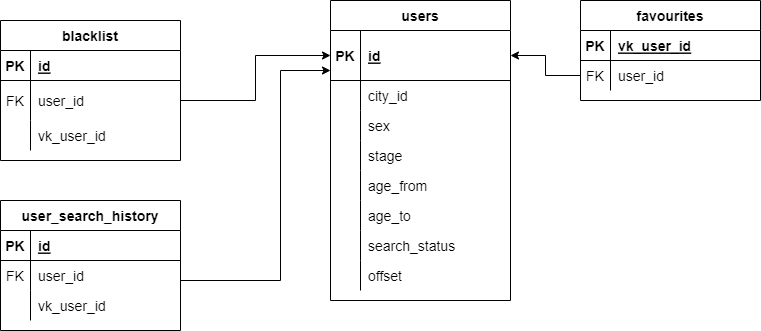
fdm1try/VKinder keeps this draw.io diagram as bot_db.png. Above is the earlier version. Source tidied: cells renumbered, new cells last; positions are measured from the earlier drawing's top-left corner, leaving out a move shared by most shapes.
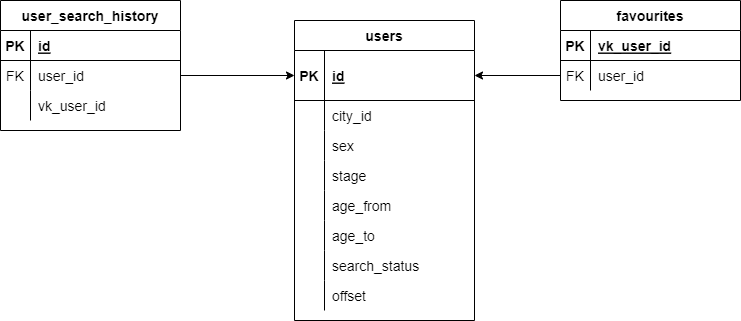
Later version of the same file.

Commit message:
delete blacklist_table

The edit, as a diff of the source:
```diff
@@ -3,7 +3,7 @@
     <mxCell id="0" />
     <mxCell id="1" parent="0" />
     <mxCell id="2" value="users" style="shape=table;startSize=30;rowLines=0;fontStyle=1;align=center;fontSize=14;" parent="1" vertex="1">
-      <mxGeometry x="330" width="180" height="300" as="geometry" />
+      <mxGeometry x="284" y="10" width="180" height="300" as="geometry" />
     </mxCell>
     <mxCell id="3" style="shape=tableRow;horizontal=0;startSize=0;swimlaneHead=0;swimlaneBody=0;fillColor=none;points=[[0,0.5],[1,0.5]];portConstraint=eastwest;top=0;left=0;right=0;bottom=1;" parent="2" vertex="1">
       <mxGeometry y="30" width="180" height="50" as="geometry" />
@@ -78,7 +78,7 @@
       <mxGeometry x="30" width="150" height="30" as="geometry" />
     </mxCell>
     <mxCell id="27" value="favourites" style="shape=table;startSize=30;rowLines=0;fontStyle=1;align=center;fontSize=14;" parent="1" vertex="1">
-      <mxGeometry x="580" width="180" height="100" as="geometry" />
+      <mxGeometry x="550" y="-10" width="180" height="100" as="geometry" />
     </mxCell>
     <mxCell id="28" style="shape=tableRow;horizontal=0;startSize=0;swimlaneHead=0;swimlaneBody=0;fillColor=none;top=0;left=0;right=0;bottom=1;" parent="27" vertex="1">
       <mxGeometry y="30" width="180" height="30" as="geometry" />
@@ -101,38 +101,8 @@
     <mxCell id="34" style="edgeStyle=orthogonalEdgeStyle;rounded=0;jettySize=auto;html=1;exitX=0;exitY=0.5;exitDx=0;exitDy=0;entryX=1;entryY=0.5;entryDx=0;entryDy=0;" parent="1" edge="1" source="31" target="3">
       <mxGeometry relative="1" as="geometry" />
     </mxCell>
-    <mxCell id="35" value="blacklist" style="shape=table;startSize=30;rowLines=0;fontStyle=1;align=center;fontSize=14;" parent="1" vertex="1">
-      <mxGeometry y="20" width="180" height="140" as="geometry" />
-    </mxCell>
-    <mxCell id="36" style="shape=tableRow;horizontal=0;startSize=0;swimlaneHead=0;swimlaneBody=0;fillColor=none;top=0;left=0;right=0;bottom=1;" parent="35" vertex="1">
-      <mxGeometry y="30" width="180" height="30" as="geometry" />
-    </mxCell>
-    <mxCell id="37" value="PK" style="shape=partialRectangle;fillColor=none;top=0;left=0;bottom=0;right=0;fontStyle=1;overflow=hidden;fontSize=14;" parent="36" vertex="1">
-      <mxGeometry width="30" height="30" as="geometry" />
-    </mxCell>
-    <mxCell id="38" value="id" style="shape=partialRectangle;fillColor=none;top=0;left=0;bottom=0;right=0;align=left;spacingLeft=6;fontStyle=5;overflow=hidden;fontSize=14;" parent="36" vertex="1">
-      <mxGeometry x="30" width="150" height="30" as="geometry" />
-    </mxCell>
-    <mxCell id="39" style="shape=tableRow;horizontal=0;startSize=0;swimlaneHead=0;swimlaneBody=0;fillColor=none;points=[[0,0.5],[1,0.5]];portConstraint=eastwest;top=0;left=0;right=0;bottom=0;" parent="35" vertex="1">
-      <mxGeometry y="60" width="180" height="40" as="geometry" />
-    </mxCell>
-    <mxCell id="40" value="FK" style="shape=partialRectangle;fillColor=none;top=0;left=0;bottom=0;right=0;overflow=hidden;fontSize=14;" parent="39" vertex="1">
-      <mxGeometry width="30" height="40" as="geometry" />
-    </mxCell>
-    <mxCell id="41" value="user_id" style="shape=partialRectangle;fillColor=none;top=0;left=0;bottom=0;right=0;align=left;spacingLeft=6;overflow=hidden;fontSize=14;" parent="39" vertex="1">
-      <mxGeometry x="30" width="150" height="40" as="geometry" />
-    </mxCell>
-    <mxCell id="42" style="shape=tableRow;horizontal=0;startSize=0;swimlaneHead=0;swimlaneBody=0;fillColor=none;top=0;left=0;right=0;bottom=0;" parent="35" vertex="1">
-      <mxGeometry y="100" width="180" height="30" as="geometry" />
-    </mxCell>
-    <mxCell id="43" style="shape=partialRectangle;fillColor=none;top=0;left=0;bottom=0;right=0;overflow=hidden;" parent="42" vertex="1">
-      <mxGeometry width="30" height="30" as="geometry" />
-    </mxCell>
-    <mxCell id="44" value="vk_user_id" style="shape=partialRectangle;fillColor=none;top=0;left=0;bottom=0;right=0;align=left;spacingLeft=6;overflow=hidden;fontSize=14;" parent="42" vertex="1">
-      <mxGeometry x="30" width="150" height="30" as="geometry" />
-    </mxCell>
     <mxCell id="45" value="user_search_history" style="shape=table;startSize=30;rowLines=0;fontStyle=1;align=center;fontSize=14;" parent="1" vertex="1">
-      <mxGeometry y="200" width="180" height="130" as="geometry" />
+      <mxGeometry x="-10" y="-10" width="180" height="130" as="geometry" />
     </mxCell>
     <mxCell id="46" style="shape=tableRow;horizontal=0;startSize=0;swimlaneHead=0;swimlaneBody=0;fillColor=none;points=[[0,0.5],[1,0.5]];portConstraint=eastwest;top=0;left=0;right=0;bottom=1;fontSize=14;" parent="45" vertex="1">
       <mxGeometry y="30" width="180" height="30" as="geometry" />
@@ -161,18 +131,8 @@
     <mxCell id="54" value="vk_user_id" style="shape=partialRectangle;fillColor=none;top=0;left=0;bottom=0;right=0;align=left;spacingLeft=6;overflow=hidden;fontSize=14;" parent="52" vertex="1">
       <mxGeometry x="30" width="150" height="30" as="geometry" />
     </mxCell>
-    <mxCell id="55" style="edgeStyle=orthogonalEdgeStyle;rounded=0;jettySize=auto;html=1;exitX=1;exitY=0.5;exitDx=0;exitDy=0;fontSize=14;" parent="1" edge="1" source="46">
-      <mxGeometry relative="1" as="geometry">
-        <mxPoint x="330" y="70" as="targetPoint" />
-        <Array as="points">
-          <mxPoint x="180" y="280" />
-          <mxPoint x="280" y="280" />
-          <mxPoint x="280" y="70" />
-        </Array>
-      </mxGeometry>
-    </mxCell>
-    <mxCell id="56" style="edgeStyle=orthogonalEdgeStyle;rounded=0;jettySize=auto;html=1;exitX=1;exitY=0.5;exitDx=0;exitDy=0;entryX=0;entryY=0.5;entryDx=0;entryDy=0;fontSize=14;" parent="1" edge="1" source="39" target="3">
-      <mxGeometry relative="1" as="geometry" />
-    </mxCell>
+    <mxCell id="57" style="edgeStyle=orthogonalEdgeStyle;rounded=0;jettySize=auto;html=1;exitX=1;exitY=0.5;exitDx=0;exitDy=0;entryX=0;entryY=0.5;entryDx=0;entryDy=0;" parent="1" edge="1" source="49" target="3">
+      <mxGeometry relative="1" as="geometry" />
+    </mxCell>
   </root>
 </mxGraphModel>
```
